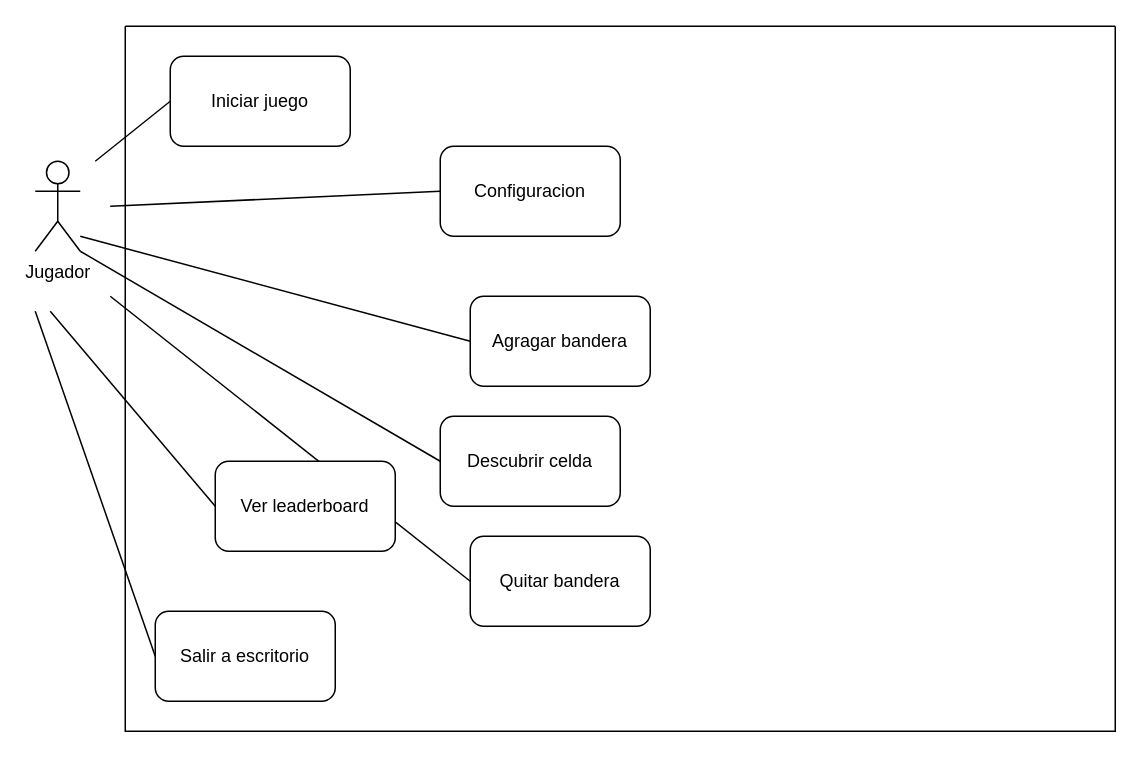
The draw.io diagram diagrams/diagramaCasosDeUso.drawio in Paskiben/Tarea-INFO229, before the edit. Source tidied: cells renumbered, new cells numbered last; positions are measured from the earlier drawing's top-left corner, leaving out a move shared by most shapes. Both pictures are drawn from the tidied source at 150%, with x=0, y=0 at pixel (34, 26).
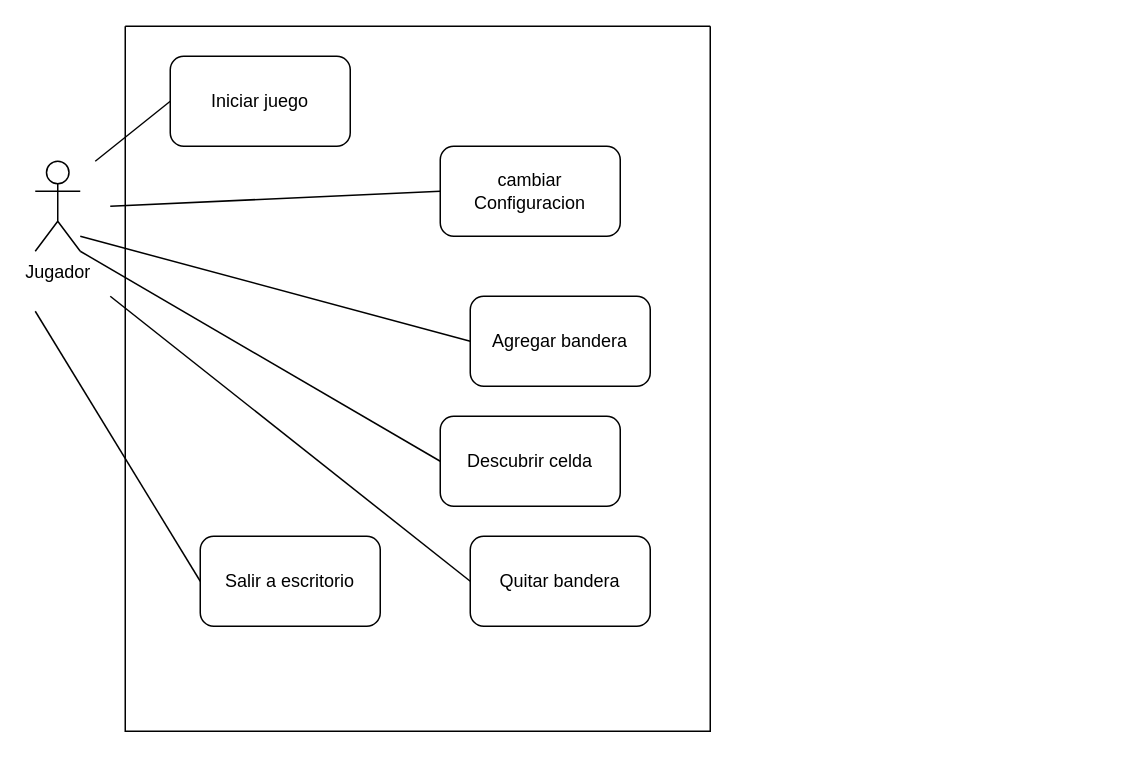
Above is the later version.

Diff of the diagram source:
```diff
@@
     <mxCell id="3" style="swimlane;startSize=0;" parent="1" vertex="1">
-      <mxGeometry x="60" width="660" height="470" as="geometry" />
+      <mxGeometry x="60" width="390" height="470" as="geometry" />
     </mxCell>
@@
-    <mxCell id="8" value="Ver leaderboard" style="rounded=1;whiteSpace=wrap;html=1;" parent="3" vertex="1">
-      <mxGeometry x="60" y="290" width="120" height="60" as="geometry" />
-    </mxCell>
@@
     <mxCell id="10" value="Salir a escritorio" style="rounded=1;whiteSpace=wrap;html=1;" parent="3" vertex="1">
-      <mxGeometry x="20" y="390" width="120" height="60" as="geometry" />
+      <mxGeometry x="50" y="340" width="120" height="60" as="geometry" />
     </mxCell>
-    <mxCell id="11" value="Configuracion" style="rounded=1;whiteSpace=wrap;html=1;" parent="3" vertex="1">
+    <mxCell id="11" value="cambiar Configuracion" style="rounded=1;whiteSpace=wrap;html=1;" parent="3" vertex="1">
       <mxGeometry x="210" y="80" width="120" height="60" as="geometry" />
     </mxCell>
-    <mxCell id="12" value="Agragar bandera" style="rounded=1;whiteSpace=wrap;html=1;" parent="3" vertex="1">
+    <mxCell id="12" value="Agregar bandera" style="rounded=1;whiteSpace=wrap;html=1;" parent="3" vertex="1">
       <mxGeometry x="230" y="180" width="120" height="60" as="geometry" />
     </mxCell>
@@
-    <mxCell id="15" style="endArrow=none;html=1;exitX=0;exitY=0.5;exitDx=0;exitDy=0;" parent="1" edge="1" source="8">
-      <mxGeometry relative="1" as="geometry">
-        <mxPoint x="10" y="190" as="targetPoint" />
-      </mxGeometry>
-    </mxCell>
```
